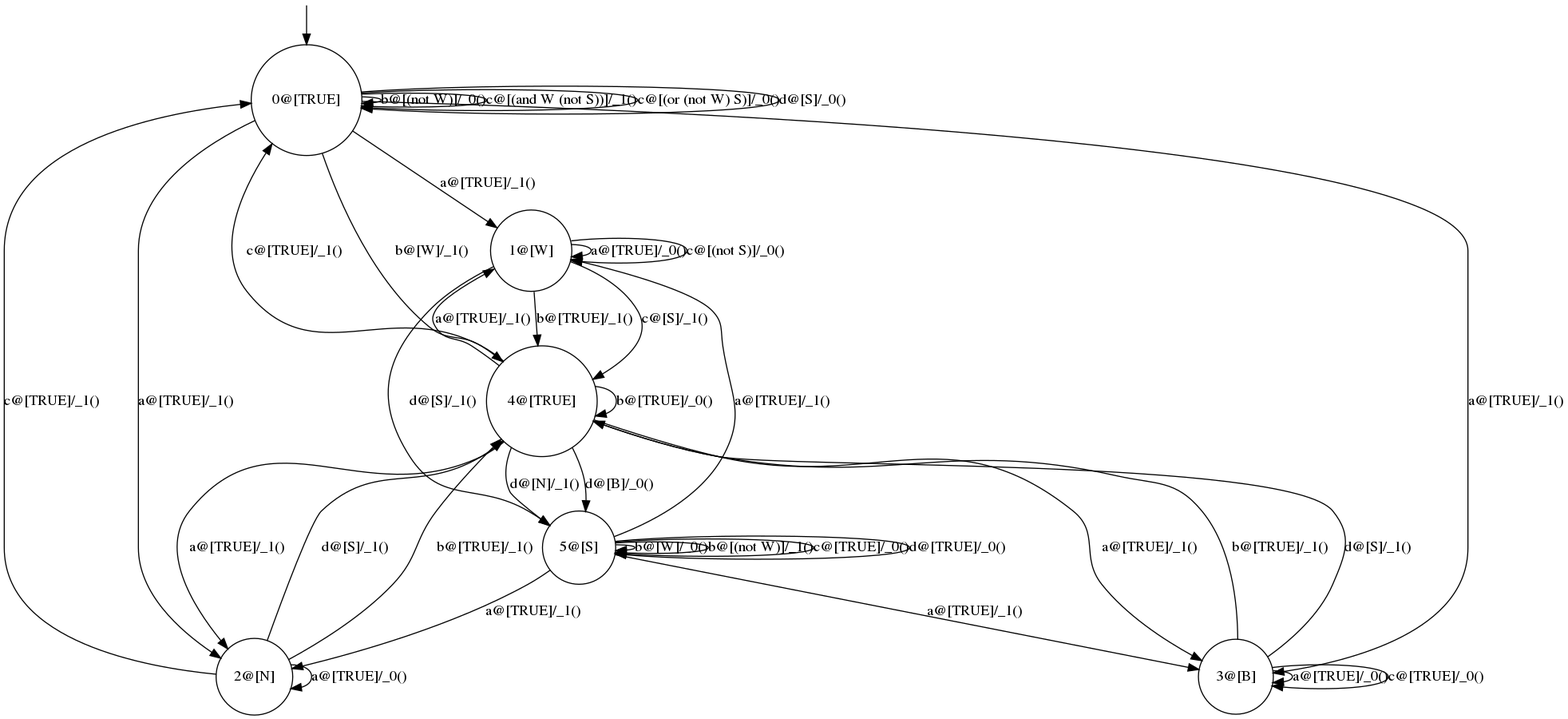
Earlier version of the Graphviz export FM_Analysis/Experiments/2019_03/ffsm_orig.dot.png (damascenodiego/learningFFSM). Its source is kept beside it as FM_Analysis/Experiments/2019_03/ffsm_orig.dot.
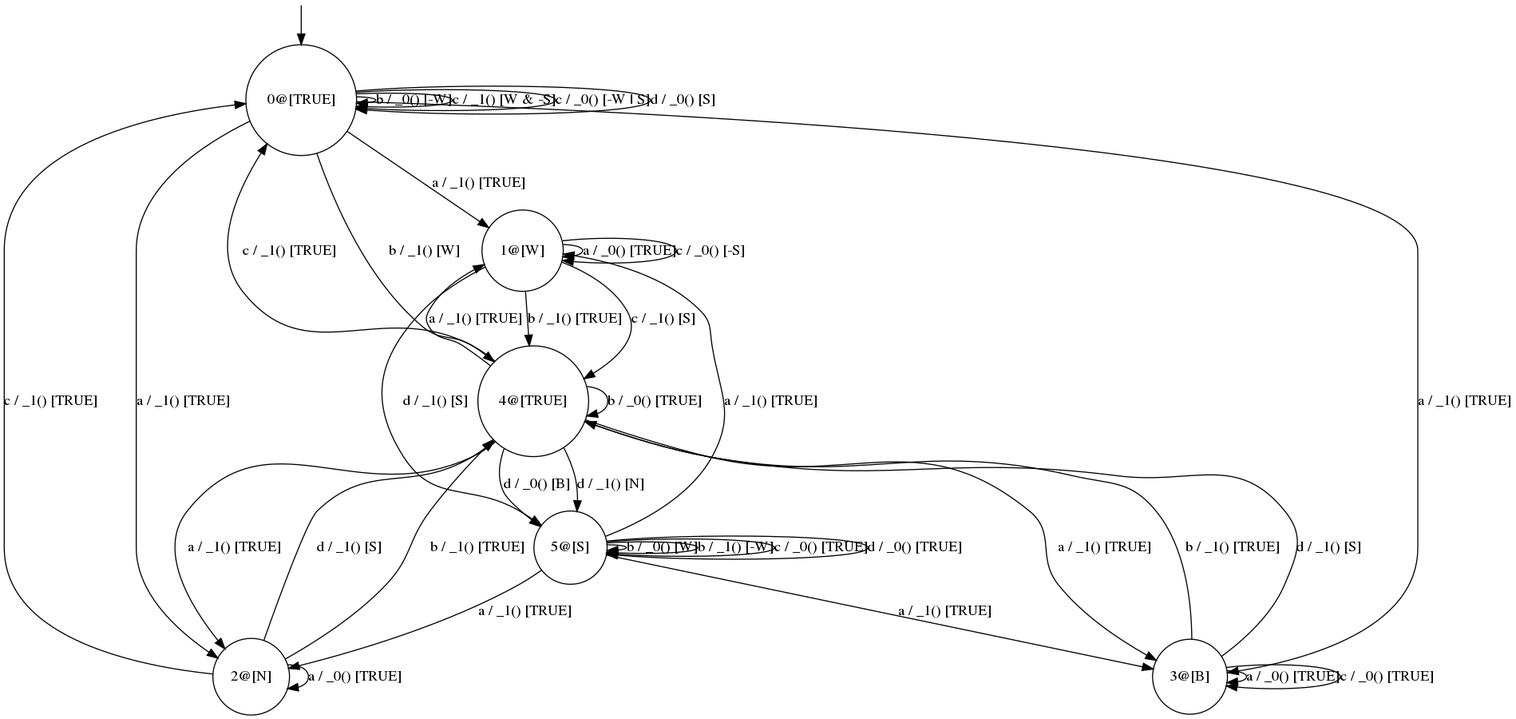
The same diagram one commit later.

Diff of the diagram source:
```diff
@@ -1,47 +1,46 @@
 digraph g {
-
+	edge [lblstyle="above, sloped"];
 	s0 [shape="circle" label="0@[TRUE]"];
 	s1 [shape="circle" label="1@[W]"];
 	s2 [shape="circle" label="2@[N]"];
 	s3 [shape="circle" label="3@[B]"];
 	s4 [shape="circle" label="4@[TRUE]"];
 	s5 [shape="circle" label="5@[S]"];
-	s0 -> s2 [label="a@[TRUE]/_1()"];
-	s0 -> s1 [label="a@[TRUE]/_1()"];
-	s0 -> s3 [label="a@[TRUE]/_1()"];
-	s0 -> s0 [label="b@[(not W)]/_0()"];
-	s0 -> s4 [label="b@[W]/_1()"];
-	s0 -> s0 [label="c@[(and W (not S))]/_1()"];
-	s0 -> s0 [label="c@[(or (not W) S)]/_0()"];
-	s0 -> s0 [label="d@[S]/_0()"];
-	s1 -> s1 [label="a@[TRUE]/_0()"];
-	s1 -> s4 [label="b@[TRUE]/_1()"];
-	s1 -> s4 [label="c@[S]/_1()"];
-	s1 -> s1 [label="c@[(not S)]/_0()"];
-	s1 -> s5 [label="d@[S]/_1()"];
-	s2 -> s2 [label="a@[TRUE]/_0()"];
-	s2 -> s4 [label="b@[TRUE]/_1()"];
-	s2 -> s0 [label="c@[TRUE]/_1()"];
-	s2 -> s4 [label="d@[S]/_1()"];
-	s3 -> s3 [label="a@[TRUE]/_0()"];
-	s3 -> s4 [label="b@[TRUE]/_1()"];
-	s3 -> s3 [label="c@[TRUE]/_0()"];
-	s3 -> s4 [label="d@[S]/_1()"];
-	s4 -> s2 [label="a@[TRUE]/_1()"];
-	s4 -> s3 [label="a@[TRUE]/_1()"];
-	s4 -> s1 [label="a@[TRUE]/_1()"];
-	s4 -> s4 [label="b@[TRUE]/_0()"];
-	s4 -> s0 [label="c@[TRUE]/_1()"];
-	s4 -> s5 [label="d@[B]/_0()"];
-	s4 -> s5 [label="d@[N]/_1()"];
-	s5 -> s1 [label="a@[TRUE]/_1()"];
-	s5 -> s3 [label="a@[TRUE]/_1()"];
-	s5 -> s2 [label="a@[TRUE]/_1()"];
-	s5 -> s5 [label="b@[W]/_0()"];
-	s5 -> s5 [label="b@[(not W)]/_1()"];
-	s5 -> s5 [label="c@[TRUE]/_0()"];
-	s5 -> s5 [label="d@[TRUE]/_0()"];
-
-__start0 [label="" shape="none" width="0" height="0"];
-__start0 -> s0;
+	s0 -> s2 [label="a / _1() [TRUE]"];
+	s0 -> s1 [label="a / _1() [TRUE]"];
+	s0 -> s3 [label="a / _1() [TRUE]"];
+	s0 -> s0 [label="b / _0() [-W]"];
+	s0 -> s4 [label="b / _1() [W]"];
+	s0 -> s0 [label="c / _1() [W & -S]"];
+	s0 -> s0 [label="c / _0() [-W | S]"];
+	s0 -> s0 [label="d / _0() [S]"];
+	s1 -> s1 [label="a / _0() [TRUE]"];
+	s1 -> s4 [label="b / _1() [TRUE]"];
+	s1 -> s1 [label="c / _0() [-S]"];
+	s1 -> s4 [label="c / _1() [S]"];
+	s1 -> s5 [label="d / _1() [S]"];
+	s2 -> s2 [label="a / _0() [TRUE]"];
+	s2 -> s4 [label="b / _1() [TRUE]"];
+	s2 -> s0 [label="c / _1() [TRUE]"];
+	s2 -> s4 [label="d / _1() [S]"];
+	s3 -> s3 [label="a / _0() [TRUE]"];
+	s3 -> s4 [label="b / _1() [TRUE]"];
+	s3 -> s3 [label="c / _0() [TRUE]"];
+	s3 -> s4 [label="d / _1() [S]"];
+	s4 -> s3 [label="a / _1() [TRUE]"];
+	s4 -> s2 [label="a / _1() [TRUE]"];
+	s4 -> s1 [label="a / _1() [TRUE]"];
+	s4 -> s4 [label="b / _0() [TRUE]"];
+	s4 -> s0 [label="c / _1() [TRUE]"];
+	s4 -> s5 [label="d / _1() [N]"];
+	s4 -> s5 [label="d / _0() [B]"];
+	s5 -> s1 [label="a / _1() [TRUE]"];
+	s5 -> s2 [label="a / _1() [TRUE]"];
+	s5 -> s3 [label="a / _1() [TRUE]"];
+	s5 -> s5 [label="b / _0() [W]"];
+	s5 -> s5 [label="b / _1() [-W]"];
+	s5 -> s5 [label="c / _0() [TRUE]"];
+	s5 -> s5 [label="d / _0() [TRUE]"];
+	__start0 [label="" shape="none" width="0" height="0"];
+	__start0 -> s0;
 }
```
